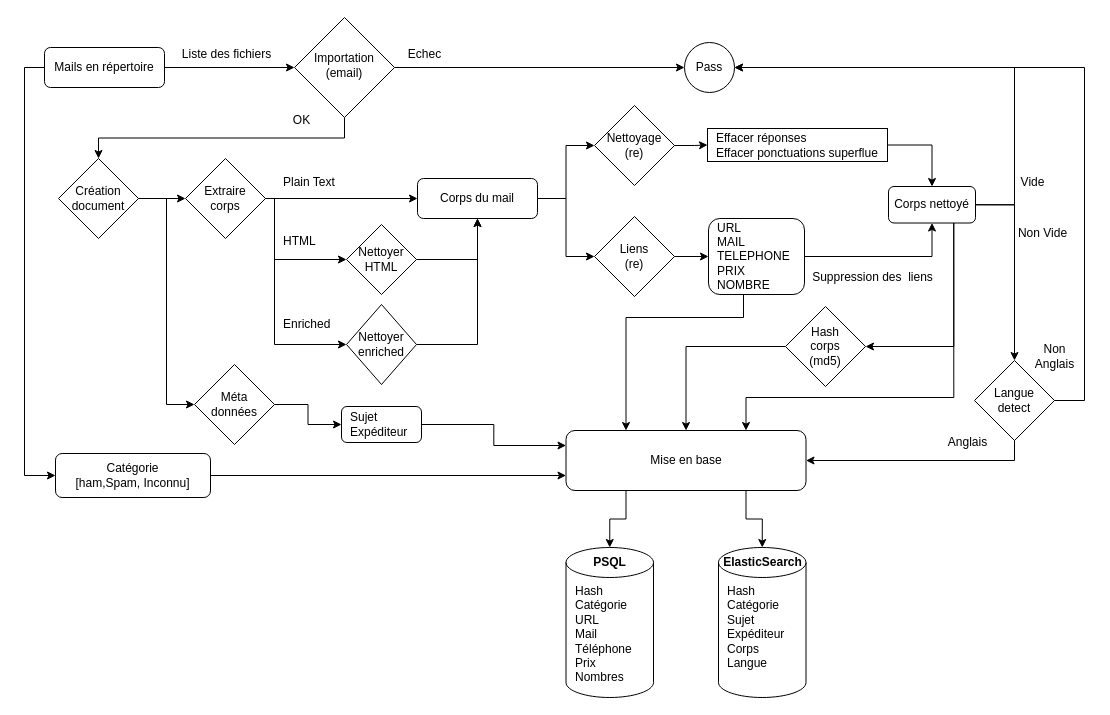
The draw.io diagram 03_Rapport/Schéma/Phase_1.drawio in peredur0/mercury, before the edit. Source tidied: cells renumbered, new cells numbered last; positions are measured from the earlier drawing's top-left corner, leaving out a move shared by most shapes. Both pictures are drawn from the tidied source at 100%, with x=0, y=0 at pixel (44, 17).
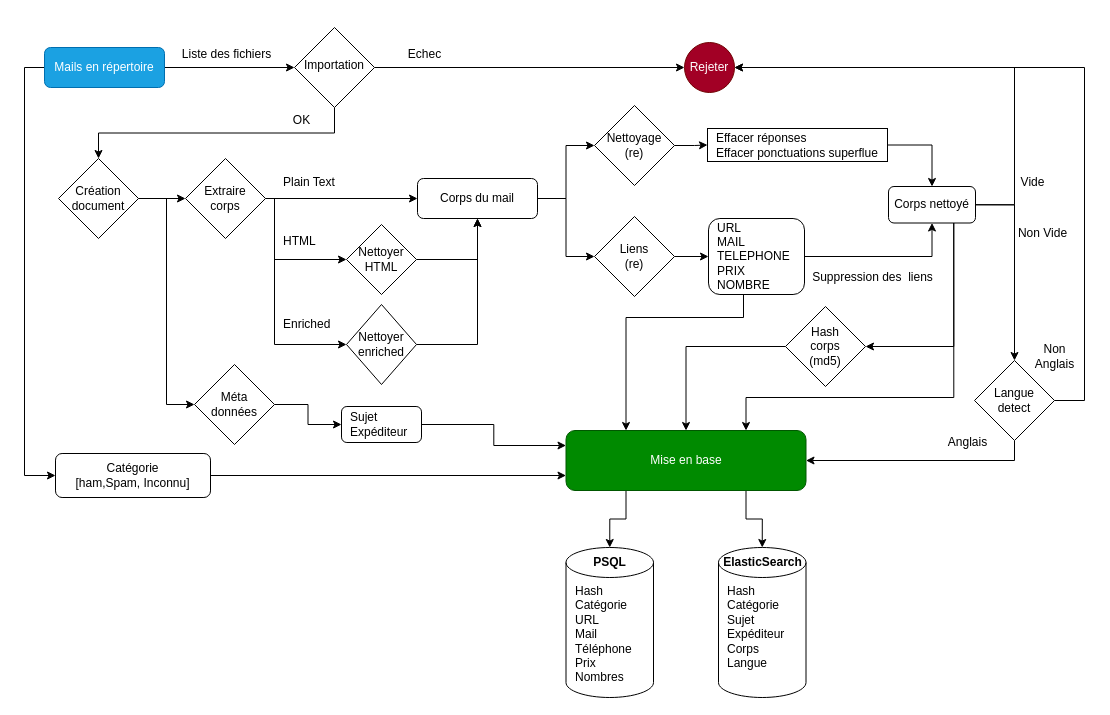
The same page after the edit.

Commit message (it also covers changes not shown here):
Schéma base de données Amélioration schéma phase1 déplacement des fonctions sqlite.

The edit, as a diff of the source:
```diff
@@
-    <mxCell id="5" value="&lt;span style=&quot;font-weight: normal;&quot;&gt;Mails en répertoire&lt;/span&gt;" style="rounded=1;whiteSpace=wrap;html=1;fontSize=12;glass=0;strokeWidth=1;shadow=0;fontStyle=1;" parent="1" vertex="1">
+    <mxCell id="5" value="&lt;span style=&quot;font-weight: normal;&quot;&gt;Mails en répertoire&lt;/span&gt;" style="rounded=1;whiteSpace=wrap;html=1;fontSize=12;glass=0;strokeWidth=1;shadow=0;fontStyle=1;fillColor=#1ba1e2;fontColor=#ffffff;strokeColor=#006EAF;" parent="1" vertex="1">
       <mxGeometry y="30" width="120" height="40" as="geometry" />
     </mxCell>
@@
-    <mxCell id="9" value="Importation&lt;br&gt;(email)" style="rhombus;whiteSpace=wrap;html=1;shadow=0;fontFamily=Helvetica;fontSize=12;align=center;strokeWidth=1;spacing=6;spacingTop=-4;" parent="1" vertex="1">
-      <mxGeometry x="250" width="100" height="100" as="geometry" />
+    <mxCell id="9" value="Importation&lt;br&gt;" style="rhombus;whiteSpace=wrap;html=1;shadow=0;fontFamily=Helvetica;fontSize=12;align=center;strokeWidth=1;spacing=6;spacingTop=-4;" parent="1" vertex="1">
+      <mxGeometry x="250" y="10" width="80" height="80" as="geometry" />
     </mxCell>
@@
-    <mxCell id="11" value="Pass" style="ellipse;whiteSpace=wrap;html=1;" parent="1" vertex="1">
+    <mxCell id="11" value="Rejeter" style="ellipse;whiteSpace=wrap;html=1;fillColor=#a20025;fontColor=#ffffff;strokeColor=#6F0000;" parent="1" vertex="1">
       <mxGeometry x="640" y="25" width="50" height="50" as="geometry" />
     </mxCell>
@@
-    <mxCell id="61" value="Mise en base" style="whiteSpace=wrap;html=1;rounded=1;" parent="1" vertex="1">
+    <mxCell id="61" value="Mise en base" style="whiteSpace=wrap;html=1;rounded=1;fillColor=#008a00;fontColor=#ffffff;strokeColor=#005700;" parent="1" vertex="1">
       <mxGeometry x="521.5" y="413" width="240" height="60" as="geometry" />
     </mxCell>
```
